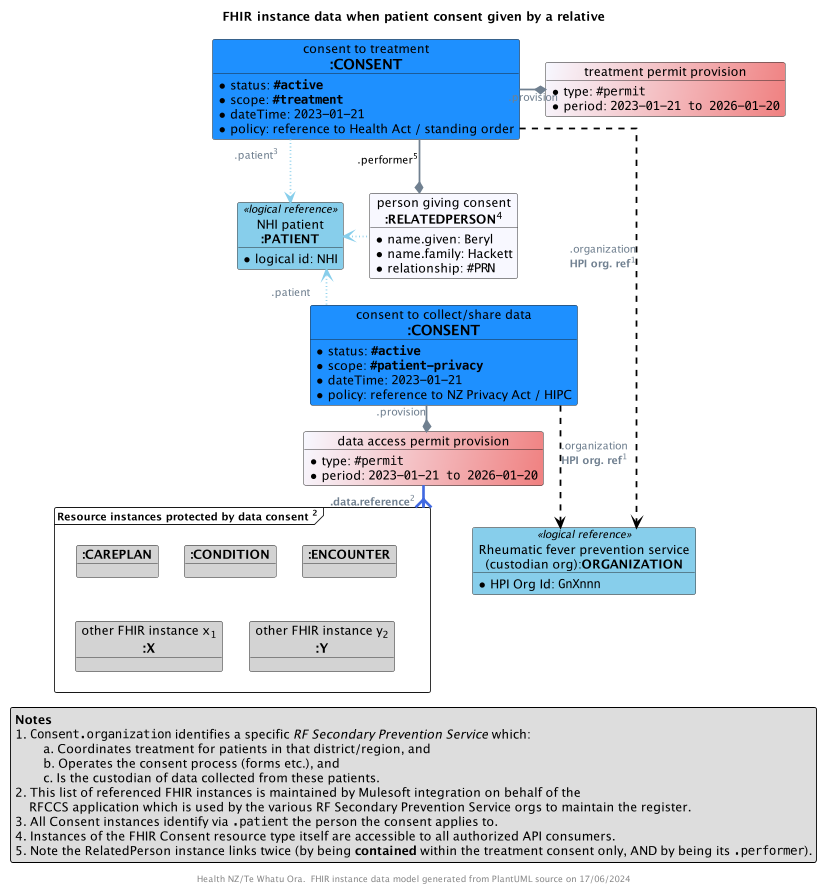
Above: input/images/obj-FHIR-data-consent-givenonbehalf.png in tewhatuora/fhir-rheumatic-fever (PlantUML), before the change.
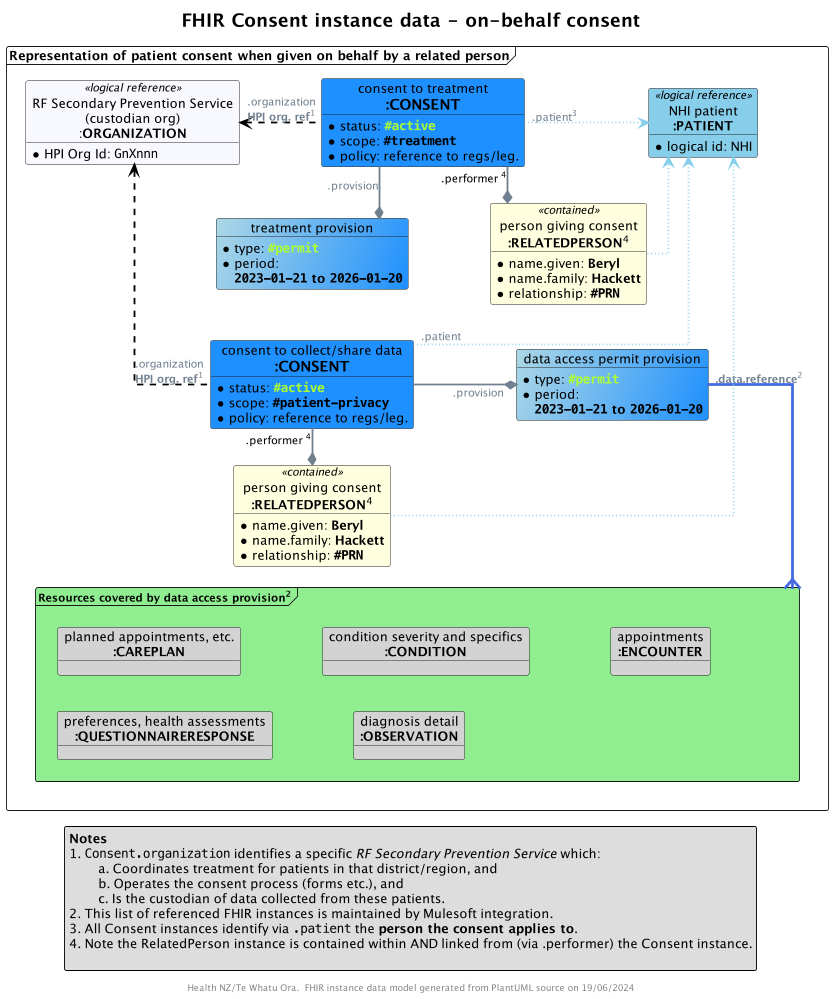
Above is the later version.

Commit message:
Improved consent data designs as discussed DD meeting

What changed in the source:
```diff
@@ -13,81 +13,94 @@
 skinparam ArrowMessageAlignment left
 skinparam BoxPadding 10
 skinparam linetype ortho
-skinparam nodesep 30
-skinparam ranksep 30
+skinparam nodesep 90
+skinparam ranksep 40
 skinparam roundcorner 5
 skinparam sequenceArrowThickness 2
+skinparam TitleFontSize 20
 
-title FHIR instance data when patient consent given by a relative
 
-!procedure $Coding($Alias,$System,$Code,$Display)
-  object "<color:GhostWhite>$System" as $Alias #MediumPurple {
-    <color:GhostWhite><size:11>**$Code**-$Display
+title FHIR Consent instance data - on-behalf consent
+
+frame "Representation of patient consent when given on behalf by a related person" as F {
+
+  !procedure $Coding($Alias,$System,$Code,$Display)
+    object "<color:GhostWhite>$System" as $Alias #MediumPurple {
+      <color:GhostWhite><size:11>**$Code**-$Display
+    }
+  !endprocedure
+
+  object "consent to treatment\n<size:16>**:CONSENT**" as TREATCONSENT #DodgerBlue {
+    * status: ""<color:GreenYellow>**#active**""
+    * scope: ""**#treatment**""
+    * policy: reference to regs/leg.
   }
-!endprocedure
 
-object "consent to treatment\n<size:16>**:CONSENT**" as TREATCONSENT #DodgerBlue {
-  * status: ""**#active**""
-  * scope: ""**#treatment**""
-  * dateTime: ""2023-01-21""
-  * policy: reference to Health Act / standing order
+  object "treatment provision" as TP #LightBlue/DodgerBlue  {
+    * type: ""<color:GreenYellow>**#permit**""
+    * period:
+      **""2023-01-21"" to ""2026-01-20""**
+  }
+
+  object "consent to collect/share data\n<size:16>**:CONSENT**" as DATACONSENT #DodgerBlue {
+    * status: ""<color:GreenYellow>**#active**""
+    * scope: ""**#patient-privacy**""
+    * policy: reference to regs/leg.
+  }
+
+  object "data access permit provision" as DAP #LightBlue/DodgerBlue  {
+    * type: ""<color:GreenYellow>**#permit**""
+    * period:
+      **""2023-01-21"" to ""2026-01-20""**
+  }
+
+  object "person giving consent\n<size:14>**:RELATEDPERSON**<sup>4</sup>" as RP1 <<contained>> #LightYellow {
+    * name.given: **Beryl**
+    * name.family: **Hackett**
+    * relationship: **""#PRN""**
+  }
+
+  object "person giving consent\n<size:14>**:RELATEDPERSON**<sup>4</sup>" as RP2 <<contained>> #LightYellow {
+    * name.given: **Beryl**
+    * name.family: **Hackett**
+    * relationship: **""#PRN""**
+  }
+
+  object "NHI patient\n**:PATIENT**" as PATIENT <<logical reference>> #SkyBlue {
+    * logical id: NHI
+  }
+
+  object "RF Secondary Prevention Service\n(custodian org)\n:**ORGANIZATION**" as HPI <<logical reference>> #GhostWhite {
+    * HPI Org Id: ""GnXnnn""
+  }
+
+  frame "<size:12>Resources covered by data access provision<sup>2</sup>" as COVERED #LightGreen {
+    object "planned appointments, etc.\n<size:14>**:CAREPLAN**" as R1 #LightGray
+    object "condition severity and specifics\n<size:14>**:CONDITION**" as R2 #LightGray
+    object "appointments\n<size:14>**:ENCOUNTER**" as R3 #LightGray
+    object "preferences, health assessments\n<size:14>**:QUESTIONNAIRERESPONSE**" as R4 #LightGray
+    object "diagnosis detail\n<size:14>**:OBSERVATION**" as R5 #LightGray
+  }
 }
 
-object "treatment permit provision" as TAP #GhostWhite/LightCoral  {
-  * type: ""#permit""
-  * period: ""2023-01-21 to 2026-01-20""
-}
-
-object "consent to collect/share data\n<size:16>**:CONSENT**" as DATACONSENT #DodgerBlue {
-  * status: ""**#active**""
-  * scope: ""**#patient-privacy**""
-  * dateTime: ""2023-01-21""
-  * policy: reference to NZ Privacy Act / HIPC
-}
-
-object "data access permit provision" as DAP #GhostWhite/LightCoral  {
-  * type: ""#permit""
-  * period: ""2023-01-21 to 2026-01-20""
-}
-
-object "person giving consent\n<size:14>**:RELATEDPERSON**<sup>4</sup>" as RP #GhostWhite {
-  * name.given: Beryl
-  * name.family: Hackett
-  * relationship: ""#PRN""
-}
+TREATCONSENT -[hidden]d- TP
+TP -[hidden]d- DATACONSENT
 
 
-object "NHI patient\n**:PATIENT**" as PATIENT <<logical reference>> #SkyBlue {
-  * logical id: NHI
-}
+DAP "**.data.reference**<sup>2</sup>" -[thickness=3,#RoyalBlue]--{ COVERED
 
-object "Rheumatic fever prevention service\n(custodian org):**ORGANIZATION**" as HPI <<logical reference>> #SkyBlue {
-  * HPI Org Id: ""GnXnnn""
-}
+TREATCONSENT ".patient<sup>3</sup>" -[dotted,#SkyBlue,norank]-> PATIENT
+TREATCONSENT -[norank]-* TP : "".provision""
+TREATCONSENT ".organization\n**HPI org. ref**<sup>1</sup>" -[dashed,#Black]l-> HPI
+TREATCONSENT -d-* RP1: <color:#Black>.performer<sup> 4</sup>
 
-frame "<size:12>Resource instances protected by data consent <sup>2</sup>" as COVERED {
-  object "<size:14>**:CAREPLAN**" as R1 #LightGray
-  object "<size:14>**:CONDITION**" as R2 #LightGray
-  object "<size:14>**:ENCOUNTER**" as R3 #LightGray
-  object "other FHIR instance x<sub>1</sub>\n**<size:15>:X**" as Another1 #LightGray
-  object "other FHIR instance y<sub>2</sub>\n**<size:15>:Y**" as Another2 #LightGray
-}
+DATACONSENT ".patient" -[dotted,#SkyBlue,norank]-> PATIENT
+DATACONSENT -* DAP : "".provision""
+DATACONSENT ".organization\n**HPI org. ref**<sup>1</sup>" -[dashed,#Black]u-> HPI
+DATACONSENT -d-* RP2: <color:#Black>.performer<sup> 4</sup>
 
-TREATCONSENT -[hidden]d- RP
-RP -[hidden]d- DATACONSENT
-
-DAP "**.data.reference**<sup>2</sup>" -[thickness=3,#RoyalBlue]-{ COVERED
-
-RP -[dotted,#SkyBlue]l--> PATIENT
-
-TREATCONSENT ".patient<sup>3</sup>" -[dotted,#SkyBlue]--> PATIENT
-TREATCONSENT -[norank]--* RP: <color:#Black>.performer<sup>5</sup>
-TREATCONSENT -[norank]-* TAP : "".provision""
-TREATCONSENT -[dashed,#Black,norank]---> HPI: .organization\n**HPI org. ref**<sup>1</sup>
-
-DATACONSENT ".patient" -[dotted,#SkyBlue,norank]--> PATIENT
-DATACONSENT -d-* DAP : "".provision""
-DATACONSENT -[dashed,#Black]--> HPI: .organization\n**HPI org. ref**<sup>1</sup>
+RP1 -[dotted,#SkyBlue,norank]--> PATIENT
+RP2 -[dotted,#SkyBlue,norank]---> PATIENT
 
 legend bottom
   **Notes**
@@ -95,11 +108,10 @@
       \ta. Coordinates treatment for patients in that district/region, and
       \tb. Operates the consent process (forms etc.), and
       \tc. Is the custodian of data collected from these patients.
-  2. This list of referenced FHIR instances is maintained by Mulesoft integration on behalf of the
-      RFCCS application which is used by the various RF Secondary Prevention Service orgs to maintain the register.
-  3. All Consent instances identify via "".patient"" the person the consent applies to.
-  4. Instances of the FHIR Consent resource type itself are accessible to all authorized API consumers.
-  5. Note the RelatedPerson instance links twice (by being **contained** within the treatment consent only, AND by being its "".performer"").
+  2. This list of referenced FHIR instances is maintained by Mulesoft integration.
+  3. All Consent instances identify via "".patient"" the **person the consent applies to**.
+  4. Note the RelatedPerson instance is contained within AND linked from (via .performer) the Consent instance.
+
 endlegend
 
 footer "Health NZ/Te Whatu Ora.  FHIR instance data model generated from PlantUML source on %date('dd/MM/yyyy')"
```
